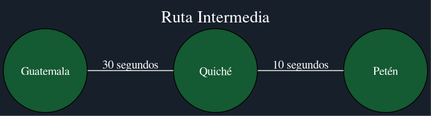
Marco131-xel/Edd_Proyecto2 keeps this Graphviz diagram as Rapidito/id_intermedia.png. Above is the earlier version. Its source is kept beside it as Rapidito/id_intermedia.dot.
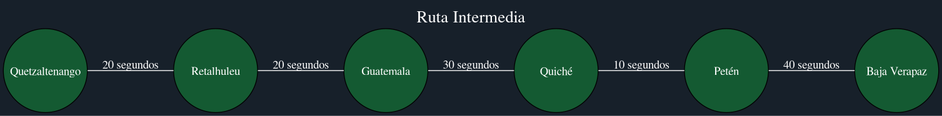
Above is the later version.

What changed in the source:
```diff
@@ -7,6 +7,12 @@
   node [style=filled, fillcolor="#145a32", fontcolor="white", shape=circle, width=1.4, fixedsize=true];
   edge [color="white", fontcolor="white"];
   rankdir="LR";
+  "Quetzaltenango";
+  "Quetzaltenango";
+  "Quetzaltenango" -- "Retalhuleu" [label="20 segundos"];
+  "Retalhuleu";
+  "Retalhuleu";
+  "Retalhuleu" -- "Guatemala" [label="20 segundos"];
   "Guatemala";
   "Guatemala";
   "Guatemala" -- "Quiché" [label="30 segundos"];
@@ -14,4 +20,7 @@
   "Quiché";
   "Quiché" -- "Petén" [label="10 segundos"];
   "Petén";
+  "Petén";
+  "Petén" -- "Baja Verapaz" [label="40 segundos"];
+  "Baja Verapaz";
 }
```
